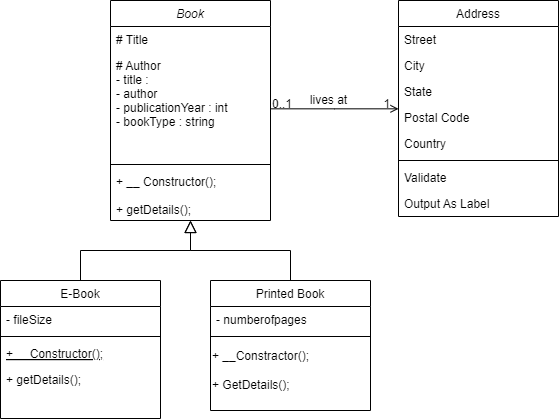
Earlier version of the draw.io export Library/UML Diagram Librrary.png (Roczantya/MyfirstPHP). Source tidied: cells renumbered, new cells last; positions are measured from the earlier drawing's top-left corner, leaving out a move shared by most shapes.
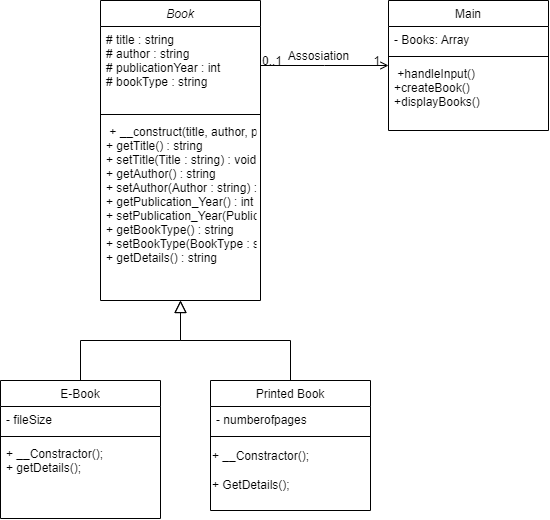
After the change.

The edit, as a diff of the source:
```diff
@@ -3,22 +3,19 @@
     <mxCell id="0" />
     <mxCell id="1" parent="0" />
     <mxCell id="2" value="Book" style="swimlane;fontStyle=2;align=center;verticalAlign=top;horizontal=1;startSize=26;rounded=0;shadow=0;strokeWidth=1;" parent="1" vertex="1">
-      <mxGeometry x="110" width="160" height="220" as="geometry" />
+      <mxGeometry x="110" width="160" height="300" as="geometry" />
     </mxCell>
-    <mxCell id="3" value="# Title" style="text;align=left;verticalAlign=top;spacingLeft=4;spacingRight=4;overflow=hidden;" parent="2" vertex="1">
-      <mxGeometry y="26" width="160" height="26" as="geometry" />
+    <mxCell id="3" value="# title : string&#10;# author : string&#10;# publicationYear : int&#10;# bookType : string" style="text;align=left;verticalAlign=top;spacingLeft=4;spacingRight=4;overflow=hidden;" parent="2" vertex="1">
+      <mxGeometry y="26" width="160" height="84" as="geometry" />
     </mxCell>
-    <mxCell id="4" value="# Author&#10;- title :&#10;  - author&#10;  - publicationYear : int&#10;  - bookType : string&#10;&#10;" style="text;align=left;verticalAlign=top;spacingLeft=4;spacingRight=4;overflow=hidden;rounded=0;shadow=0;html=0;" parent="2" vertex="1">
-      <mxGeometry y="52" width="160" height="108" as="geometry" />
-    </mxCell>
     <mxCell id="5" style="line;html=1;strokeWidth=1;align=left;verticalAlign=middle;spacingTop=-1;spacingLeft=3;spacingRight=3;labelPosition=right;" parent="2" vertex="1">
-      <mxGeometry y="160" width="160" height="8" as="geometry" />
+      <mxGeometry y="110" width="160" height="8" as="geometry" />
     </mxCell>
-    <mxCell id="6" value="+ __ Constructor();&#10;&#10;+ getDetails();" style="text;align=left;verticalAlign=top;spacingLeft=4;spacingRight=4;overflow=hidden;" parent="2" vertex="1">
-      <mxGeometry y="168" width="160" height="52" as="geometry" />
+    <mxCell id="6" value=" + __construct(title, author, publicationYear, bookType)&#10;  + getTitle() : string&#10;  + setTitle(Title : string) : void&#10;  + getAuthor() : string&#10;  + setAuthor(Author : string) : void&#10;  + getPublication_Year() : int&#10;  + setPublication_Year(Publication_Year : int) : void&#10;  + getBookType() : string&#10;  + setBookType(BookType : string) : void&#10;  + getDetails() : string" style="text;align=left;verticalAlign=top;spacingLeft=4;spacingRight=4;overflow=hidden;" parent="2" vertex="1">
+      <mxGeometry y="118" width="160" height="162" as="geometry" />
     </mxCell>
     <mxCell id="7" value="E-Book" style="swimlane;fontStyle=0;align=center;verticalAlign=top;horizontal=1;startSize=26;rounded=0;shadow=0;strokeWidth=1;" parent="1" vertex="1">
-      <mxGeometry y="280" width="160" height="138" as="geometry" />
+      <mxGeometry x="10" y="380" width="160" height="138" as="geometry" />
     </mxCell>
     <mxCell id="8" value="- fileSize" style="text;align=left;verticalAlign=top;spacingLeft=4;spacingRight=4;overflow=hidden;" parent="7" vertex="1">
       <mxGeometry y="26" width="160" height="26" as="geometry" />
@@ -26,17 +23,14 @@
     <mxCell id="9" style="line;html=1;strokeWidth=1;align=left;verticalAlign=middle;spacingTop=-1;spacingLeft=3;spacingRight=3;labelPosition=right;" parent="7" vertex="1">
       <mxGeometry y="52" width="160" height="8" as="geometry" />
     </mxCell>
-    <mxCell id="10" value="+ __Constructor();" style="text;align=left;verticalAlign=top;spacingLeft=4;spacingRight=4;overflow=hidden;fontStyle=4;" parent="7" vertex="1">
-      <mxGeometry y="60" width="160" height="26" as="geometry" />
-    </mxCell>
-    <mxCell id="11" value="+ getDetails();" style="text;align=left;verticalAlign=top;spacingLeft=4;spacingRight=4;overflow=hidden;" parent="7" vertex="1">
-      <mxGeometry y="86" width="160" height="26" as="geometry" />
+    <mxCell id="11" value="+ __Constractor();&#10;+ getDetails();" style="text;align=left;verticalAlign=top;spacingLeft=4;spacingRight=4;overflow=hidden;" parent="7" vertex="1">
+      <mxGeometry y="60" width="160" height="60" as="geometry" />
     </mxCell>
     <mxCell id="12" style="endArrow=block;endSize=10;endFill=0;shadow=0;strokeWidth=1;rounded=0;curved=0;edgeStyle=elbowEdgeStyle;elbow=vertical;" parent="1" edge="1" source="7" target="2">
       <mxGeometry relative="1" as="geometry" />
     </mxCell>
     <mxCell id="13" value="Printed Book" style="swimlane;fontStyle=0;align=center;verticalAlign=top;horizontal=1;startSize=26;rounded=0;shadow=0;strokeWidth=1;" parent="1" vertex="1">
-      <mxGeometry x="210" y="280" width="160" height="130" as="geometry" />
+      <mxGeometry x="220" y="380" width="160" height="130" as="geometry" />
     </mxCell>
     <mxCell id="14" value="- numberofpages" style="text;align=left;verticalAlign=top;spacingLeft=4;spacingRight=4;overflow=hidden;" parent="13" vertex="1">
       <mxGeometry y="26" width="160" height="26" as="geometry" />
@@ -50,33 +44,18 @@
     <mxCell id="17" style="endArrow=block;endSize=10;endFill=0;shadow=0;strokeWidth=1;rounded=0;curved=0;edgeStyle=elbowEdgeStyle;elbow=vertical;" parent="1" edge="1" source="13" target="2">
       <mxGeometry relative="1" as="geometry" />
     </mxCell>
-    <mxCell id="18" value="Address" style="swimlane;fontStyle=0;align=center;verticalAlign=top;horizontal=1;startSize=26;rounded=0;shadow=0;strokeWidth=1;" parent="1" vertex="1">
-      <mxGeometry x="398" width="160" height="216" as="geometry" />
+    <mxCell id="18" value="Main" style="swimlane;fontStyle=0;align=center;verticalAlign=top;horizontal=1;startSize=26;rounded=0;shadow=0;strokeWidth=1;" parent="1" vertex="1">
+      <mxGeometry x="398" width="160" height="130" as="geometry" />
     </mxCell>
-    <mxCell id="19" value="Street" style="text;align=left;verticalAlign=top;spacingLeft=4;spacingRight=4;overflow=hidden;" parent="18" vertex="1">
+    <mxCell id="19" value="- Books: Array" style="text;align=left;verticalAlign=top;spacingLeft=4;spacingRight=4;overflow=hidden;" parent="18" vertex="1">
       <mxGeometry y="26" width="160" height="26" as="geometry" />
     </mxCell>
-    <mxCell id="20" value="City" style="text;align=left;verticalAlign=top;spacingLeft=4;spacingRight=4;overflow=hidden;rounded=0;shadow=0;html=0;" parent="18" vertex="1">
-      <mxGeometry y="52" width="160" height="26" as="geometry" />
-    </mxCell>
-    <mxCell id="21" value="State" style="text;align=left;verticalAlign=top;spacingLeft=4;spacingRight=4;overflow=hidden;rounded=0;shadow=0;html=0;" parent="18" vertex="1">
-      <mxGeometry y="78" width="160" height="26" as="geometry" />
-    </mxCell>
-    <mxCell id="22" value="Postal Code" style="text;align=left;verticalAlign=top;spacingLeft=4;spacingRight=4;overflow=hidden;rounded=0;shadow=0;html=0;" parent="18" vertex="1">
-      <mxGeometry y="104" width="160" height="26" as="geometry" />
-    </mxCell>
-    <mxCell id="23" value="Country" style="text;align=left;verticalAlign=top;spacingLeft=4;spacingRight=4;overflow=hidden;rounded=0;shadow=0;html=0;" parent="18" vertex="1">
-      <mxGeometry y="130" width="160" height="26" as="geometry" />
-    </mxCell>
     <mxCell id="24" style="line;html=1;strokeWidth=1;align=left;verticalAlign=middle;spacingTop=-1;spacingLeft=3;spacingRight=3;labelPosition=right;" parent="18" vertex="1">
-      <mxGeometry y="156" width="160" height="8" as="geometry" />
+      <mxGeometry y="52" width="160" height="8" as="geometry" />
     </mxCell>
-    <mxCell id="25" value="Validate" style="text;align=left;verticalAlign=top;spacingLeft=4;spacingRight=4;overflow=hidden;" parent="18" vertex="1">
-      <mxGeometry y="164" width="160" height="26" as="geometry" />
+    <mxCell id="25" value=" +handleInput()&#10;  +createBook()&#10;  +displayBooks()" style="text;align=left;verticalAlign=top;spacingLeft=4;spacingRight=4;overflow=hidden;" parent="18" vertex="1">
+      <mxGeometry y="60" width="160" height="70" as="geometry" />
     </mxCell>
-    <mxCell id="26" value="Output As Label" style="text;align=left;verticalAlign=top;spacingLeft=4;spacingRight=4;overflow=hidden;" parent="18" vertex="1">
-      <mxGeometry y="190" width="160" height="26" as="geometry" />
-    </mxCell>
     <mxCell id="27" style="endArrow=open;shadow=0;strokeWidth=1;rounded=0;curved=0;endFill=1;edgeStyle=elbowEdgeStyle;elbow=vertical;" parent="1" edge="1" source="2" target="18">
       <mxGeometry x="0.5" y="41" relative="1" as="geometry">
         <mxPoint x="-40" y="32" as="offset" />
@@ -92,7 +71,7 @@
         <mxPoint x="-7" y="4" as="offset" />
       </mxGeometry>
     </mxCell>
-    <mxCell id="30" value="lives at" style="text;html=1;align=center;verticalAlign=middle;labelBackgroundColor=none;rounded=0;shadow=0;strokeWidth=1;fontSize=12;" parent="27" vertex="1">
+    <mxCell id="30" value="Assosiation" style="text;html=1;align=center;verticalAlign=middle;labelBackgroundColor=none;rounded=0;shadow=0;strokeWidth=1;fontSize=12;" parent="27" vertex="1">
       <mxGeometry x="0.5" y="49" relative="1" as="geometry">
         <mxPoint x="-38" y="40" as="offset" />
       </mxGeometry>
```
